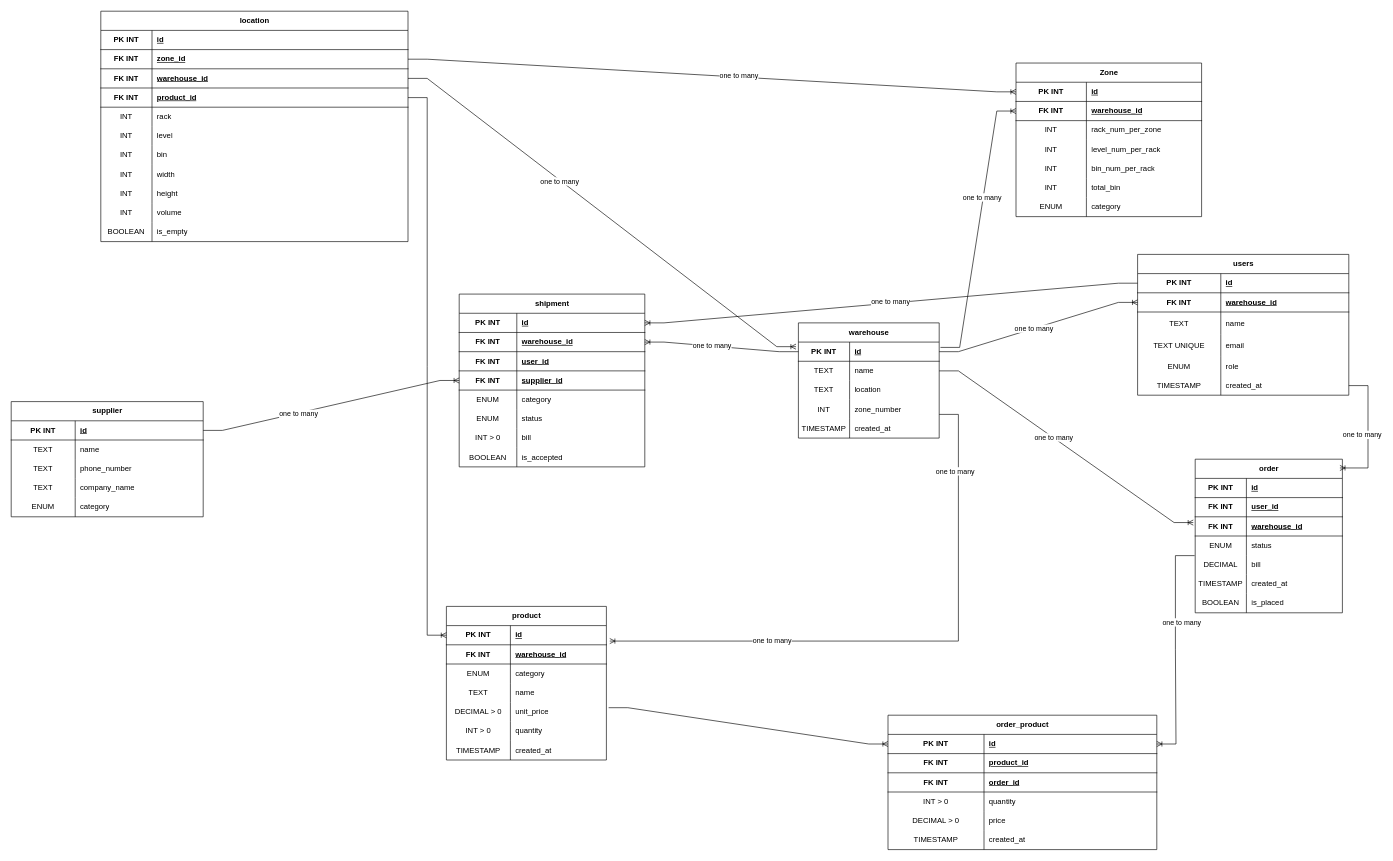
The draw.io diagram Untitled Diagram.drawio in Abdulrahman-Alkafri/git_course, before the edit. Source tidied: cells renumbered, new cells numbered last; positions are measured from the earlier drawing's top-left corner, leaving out a move shared by most shapes. Both pictures are drawn from the tidied source at 64%, with x=0, y=0 at pixel (11, 11).
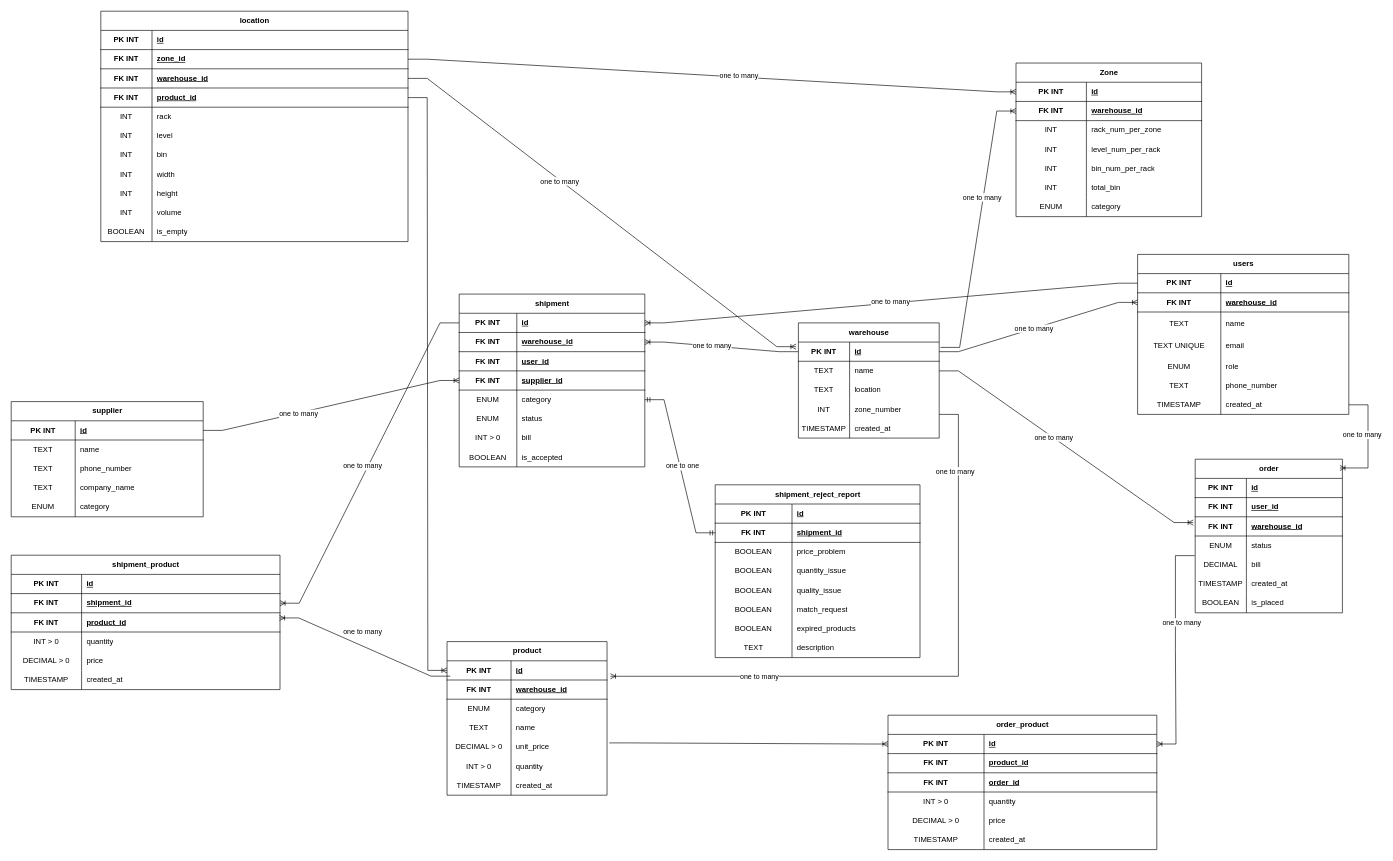
The same diagram, later.

The change refers to these unchanged cells:
```xml
<mxCell id="40" style="shape=tableRow;horizontal=0;startSize=0;swimlaneHead=0;swimlaneBody=0;fillColor=none;points=[[0,0.5],[1,0.5]];portConstraint=eastwest;top=0;left=0;right=0;bottom=1;" parent="39" vertex="1">
  <mxGeometry y="30" width="250" height="30" as="geometry" />
</mxCell>
<mxCell id="113" style="shape=tableRow;horizontal=0;startSize=0;swimlaneHead=0;swimlaneBody=0;fillColor=none;points=[[0,0.5],[1,0.5]];portConstraint=eastwest;top=0;left=0;right=0;bottom=1;" parent="112" vertex="1">
  <mxGeometry y="30" width="290" height="30" as="geometry" />
</mxCell>
<mxCell id="125" style="shape=tableRow;horizontal=0;startSize=0;swimlaneHead=0;swimlaneBody=0;fillColor=none;points=[[0,0.5],[1,0.5]];portConstraint=eastwest;top=0;left=0;right=0;bottom=0;" parent="112" vertex="1">
  <mxGeometry y="150" width="290" height="30" as="geometry" />
</mxCell>
```

Diff of the diagram source:
```diff
@@
     <mxCell id="2" value="users" style="shape=table;startSize=30;childLayout=tableLayout;rowLines=0;fontStyle=1;align=center;html=1;" parent="1" vertex="1">
-      <mxGeometry x="1760" y="380" width="330" height="220" as="geometry" />
+      <mxGeometry x="1760" y="380" width="330" height="250" as="geometry" />
     </mxCell>
@@
+    <mxCell id="223" style="shape=tableRow;horizontal=0;startSize=0;swimlaneHead=0;swimlaneBody=0;fillColor=none;top=0;left=0;right=0;bottom=0;" parent="2" vertex="1">
+      <mxGeometry y="190" width="330" height="30" as="geometry" />
+    </mxCell>
+    <mxCell id="224" value="TEXT" style="shape=partialRectangle;fillColor=none;top=0;left=0;bottom=0;right=0;overflow=hidden;whiteSpace=wrap;html=1;" parent="223" vertex="1">
+      <mxGeometry width="130" height="30" as="geometry" />
+    </mxCell>
+    <mxCell id="225" value="phone_number" style="shape=partialRectangle;fillColor=none;top=0;left=0;bottom=0;right=0;align=left;spacingLeft=6;overflow=hidden;whiteSpace=wrap;html=1;" parent="223" vertex="1">
+      <mxGeometry x="130" width="200" height="30" as="geometry" />
+    </mxCell>
     <mxCell id="18" style="shape=tableRow;horizontal=0;startSize=0;swimlaneHead=0;swimlaneBody=0;fillColor=none;points=[[0,0.5],[1,0.5]];portConstraint=eastwest;top=0;left=0;right=0;bottom=0;" parent="2" vertex="1">
-      <mxGeometry y="190" width="330" height="30" as="geometry" />
+      <mxGeometry y="220" width="330" height="30" as="geometry" />
     </mxCell>
@@
     <mxCell id="39" value="product" style="shape=table;startSize=30;childLayout=tableLayout;rowLines=0;fontStyle=1;align=center;html=1;" parent="1" vertex="1">
-      <mxGeometry x="680" y="930" width="250" height="240" as="geometry" />
+      <mxGeometry x="681" y="985" width="250" height="240" as="geometry" />
     </mxCell>
@@
     <mxCell id="111" value="one to many" style="edgeLabel;html=1;align=center;verticalAlign=middle;" parent="1" vertex="1">
-      <mxGeometry x="1180" y="984" as="geometry">
+      <mxGeometry x="1160" y="1041" as="geometry">
         <mxPoint x="8" y="-2" as="offset" />
       </mxGeometry>
     </mxCell>
@@
+    <mxCell id="226" value="shipment_product" style="shape=table;startSize=30;childLayout=tableLayout;rowLines=0;fontStyle=1;align=center;html=1;" parent="1" vertex="1">
+      <mxGeometry y="850" width="420" height="210" as="geometry" />
+    </mxCell>
+    <mxCell id="227" style="shape=tableRow;horizontal=0;startSize=0;swimlaneHead=0;swimlaneBody=0;fillColor=none;top=0;left=0;right=0;bottom=1;" parent="226" vertex="1">
+      <mxGeometry y="30" width="420" height="30" as="geometry" />
+    </mxCell>
+    <mxCell id="228" value="PK INT" style="shape=partialRectangle;fillColor=none;top=0;left=0;bottom=0;right=0;fontStyle=1;overflow=hidden;whiteSpace=wrap;html=1;" parent="227" vertex="1">
+      <mxGeometry width="110" height="30" as="geometry" />
+    </mxCell>
+    <mxCell id="229" value="id" style="shape=partialRectangle;fillColor=none;top=0;left=0;bottom=0;right=0;align=left;spacingLeft=6;fontStyle=5;overflow=hidden;whiteSpace=wrap;html=1;" parent="227" vertex="1">
+      <mxGeometry x="110" width="310" height="30" as="geometry" />
+    </mxCell>
+    <mxCell id="230" style="shape=tableRow;horizontal=0;startSize=0;swimlaneHead=0;swimlaneBody=0;fillColor=none;points=[[0,0.5],[1,0.5]];portConstraint=eastwest;top=0;left=0;right=0;bottom=1;" parent="226" vertex="1">
+      <mxGeometry y="60" width="420" height="30" as="geometry" />
+    </mxCell>
+    <mxCell id="231" value="FK INT" style="shape=partialRectangle;fillColor=none;top=0;left=0;bottom=0;right=0;fontStyle=1;overflow=hidden;whiteSpace=wrap;html=1;" parent="230" vertex="1">
+      <mxGeometry width="110" height="30" as="geometry" />
+    </mxCell>
+    <mxCell id="232" value="shipment_id" style="shape=partialRectangle;fillColor=none;top=0;left=0;bottom=0;right=0;align=left;spacingLeft=6;fontStyle=5;overflow=hidden;whiteSpace=wrap;html=1;" parent="230" vertex="1">
+      <mxGeometry x="110" width="310" height="30" as="geometry" />
+    </mxCell>
+    <mxCell id="233" style="shape=tableRow;horizontal=0;startSize=0;swimlaneHead=0;swimlaneBody=0;fillColor=none;points=[[0,0.5],[1,0.5]];portConstraint=eastwest;top=0;left=0;right=0;bottom=1;" parent="226" vertex="1">
+      <mxGeometry y="90" width="420" height="30" as="geometry" />
+    </mxCell>
+    <mxCell id="234" value="FK INT" style="shape=partialRectangle;fillColor=none;top=0;left=0;bottom=0;right=0;fontStyle=1;overflow=hidden;whiteSpace=wrap;html=1;" parent="233" vertex="1">
+      <mxGeometry width="110" height="30" as="geometry" />
+    </mxCell>
+    <mxCell id="235" value="product_id" style="shape=partialRectangle;fillColor=none;top=0;left=0;bottom=0;right=0;align=left;spacingLeft=6;fontStyle=5;overflow=hidden;whiteSpace=wrap;html=1;" parent="233" vertex="1">
+      <mxGeometry x="110" width="310" height="30" as="geometry" />
+    </mxCell>
+    <mxCell id="236" style="shape=tableRow;horizontal=0;startSize=0;swimlaneHead=0;swimlaneBody=0;fillColor=none;top=0;left=0;right=0;bottom=0;" parent="226" vertex="1">
+      <mxGeometry y="120" width="420" height="30" as="geometry" />
+    </mxCell>
+    <mxCell id="237" value="INT &amp;gt; 0" style="shape=partialRectangle;fillColor=none;top=0;left=0;bottom=0;right=0;overflow=hidden;whiteSpace=wrap;html=1;" parent="236" vertex="1">
+      <mxGeometry width="110" height="30" as="geometry" />
+    </mxCell>
+    <mxCell id="238" value="quantity" style="shape=partialRectangle;fillColor=none;top=0;left=0;bottom=0;right=0;align=left;spacingLeft=6;overflow=hidden;whiteSpace=wrap;html=1;" parent="236" vertex="1">
+      <mxGeometry x="110" width="310" height="30" as="geometry" />
+    </mxCell>
+    <mxCell id="239" style="shape=tableRow;horizontal=0;startSize=0;swimlaneHead=0;swimlaneBody=0;fillColor=none;top=0;left=0;right=0;bottom=0;" parent="226" vertex="1">
+      <mxGeometry y="150" width="420" height="30" as="geometry" />
+    </mxCell>
+    <mxCell id="240" value="DECIMAL &amp;gt; 0" style="shape=partialRectangle;fillColor=none;top=0;left=0;bottom=0;right=0;overflow=hidden;whiteSpace=wrap;html=1;" parent="239" vertex="1">
+      <mxGeometry width="110" height="30" as="geometry" />
+    </mxCell>
+    <mxCell id="241" value="price" style="shape=partialRectangle;fillColor=none;top=0;left=0;bottom=0;right=0;align=left;spacingLeft=6;overflow=hidden;whiteSpace=wrap;html=1;" parent="239" vertex="1">
+      <mxGeometry x="110" width="310" height="30" as="geometry" />
+    </mxCell>
+    <mxCell id="242" style="shape=tableRow;horizontal=0;startSize=0;swimlaneHead=0;swimlaneBody=0;fillColor=none;top=0;left=0;right=0;bottom=0;" parent="226" vertex="1">
+      <mxGeometry y="180" width="420" height="30" as="geometry" />
+    </mxCell>
+    <mxCell id="243" value="TIMESTAMP" style="shape=partialRectangle;fillColor=none;top=0;left=0;bottom=0;right=0;overflow=hidden;whiteSpace=wrap;html=1;" parent="242" vertex="1">
+      <mxGeometry width="110" height="30" as="geometry" />
+    </mxCell>
+    <mxCell id="244" value="created_at" style="shape=partialRectangle;fillColor=none;top=0;left=0;bottom=0;right=0;align=left;spacingLeft=6;overflow=hidden;whiteSpace=wrap;html=1;" parent="242" vertex="1">
+      <mxGeometry x="110" width="310" height="30" as="geometry" />
+    </mxCell>
+    <mxCell id="245" style="edgeStyle=entityRelationEdgeStyle;fontSize=12;html=1;endArrow=ERoneToMany;rounded=0;entryX=1;entryY=0.5;entryDx=0;entryDy=0;" parent="1" edge="1" source="113" target="230">
+      <mxGeometry relative="1" as="geometry" />
+    </mxCell>
+    <mxCell id="246" style="edgeStyle=entityRelationEdgeStyle;fontSize=12;html=1;endArrow=ERoneToMany;rounded=0;exitX=0.02;exitY=0.8;exitDx=0;exitDy=0;exitPerimeter=0;entryX=0.998;entryY=0.267;entryDx=0;entryDy=0;entryPerimeter=0;" parent="1" edge="1" source="40" target="233">
+      <mxGeometry relative="1" as="geometry" />
+    </mxCell>
+    <mxCell id="247" value="one to many" style="edgeLabel;html=1;align=center;verticalAlign=middle;" parent="1" vertex="1">
+      <mxGeometry x="540" y="970" as="geometry">
+        <mxPoint x="8" y="-2" as="offset" />
+      </mxGeometry>
+    </mxCell>
+    <mxCell id="248" value="one to many" style="edgeLabel;html=1;align=center;verticalAlign=middle;" parent="1" vertex="1">
+      <mxGeometry x="540" y="712" as="geometry">
+        <mxPoint x="8" y="-2" as="offset" />
+      </mxGeometry>
+    </mxCell>
+    <mxCell id="249" value="shipment_reject_report" style="shape=table;startSize=30;childLayout=tableLayout;rowLines=0;fontStyle=1;align=center;html=1;" parent="1" vertex="1">
+      <mxGeometry x="1100" y="740" width="320" height="270" as="geometry" />
+    </mxCell>
+    <mxCell id="250" style="shape=tableRow;horizontal=0;startSize=0;swimlaneHead=0;swimlaneBody=0;fillColor=none;top=0;left=0;right=0;bottom=1;" parent="249" vertex="1">
+      <mxGeometry y="30" width="320" height="30" as="geometry" />
+    </mxCell>
+    <mxCell id="251" value="PK INT" style="shape=partialRectangle;fillColor=none;top=0;left=0;bottom=0;right=0;fontStyle=1;overflow=hidden;whiteSpace=wrap;html=1;" parent="250" vertex="1">
+      <mxGeometry width="120" height="30" as="geometry" />
+    </mxCell>
+    <mxCell id="252" value="id" style="shape=partialRectangle;fillColor=none;top=0;left=0;bottom=0;right=0;align=left;spacingLeft=6;fontStyle=5;overflow=hidden;whiteSpace=wrap;html=1;" parent="250" vertex="1">
+      <mxGeometry x="120" width="200" height="30" as="geometry" />
+    </mxCell>
+    <mxCell id="253" style="shape=tableRow;horizontal=0;startSize=0;swimlaneHead=0;swimlaneBody=0;fillColor=none;points=[[0,0.5],[1,0.5]];portConstraint=eastwest;top=0;left=0;right=0;bottom=1;" parent="249" vertex="1">
+      <mxGeometry y="60" width="320" height="30" as="geometry" />
+    </mxCell>
+    <mxCell id="254" value="FK INT" style="shape=partialRectangle;fillColor=none;top=0;left=0;bottom=0;right=0;fontStyle=1;overflow=hidden;whiteSpace=wrap;html=1;" parent="253" vertex="1">
+      <mxGeometry width="120" height="30" as="geometry" />
+    </mxCell>
+    <mxCell id="255" value="shipment_id" style="shape=partialRectangle;fillColor=none;top=0;left=0;bottom=0;right=0;align=left;spacingLeft=6;fontStyle=5;overflow=hidden;whiteSpace=wrap;html=1;" parent="253" vertex="1">
+      <mxGeometry x="120" width="200" height="30" as="geometry" />
+    </mxCell>
+    <mxCell id="256" style="shape=tableRow;horizontal=0;startSize=0;swimlaneHead=0;swimlaneBody=0;fillColor=none;top=0;left=0;right=0;bottom=0;" parent="249" vertex="1">
+      <mxGeometry y="90" width="320" height="30" as="geometry" />
+    </mxCell>
+    <mxCell id="257" value="BOOLEAN" style="shape=partialRectangle;fillColor=none;top=0;left=0;bottom=0;right=0;overflow=hidden;whiteSpace=wrap;html=1;" parent="256" vertex="1">
+      <mxGeometry width="120" height="30" as="geometry" />
+    </mxCell>
+    <mxCell id="258" value="price_problem" style="shape=partialRectangle;fillColor=none;top=0;left=0;bottom=0;right=0;align=left;spacingLeft=6;overflow=hidden;whiteSpace=wrap;html=1;" parent="256" vertex="1">
+      <mxGeometry x="120" width="200" height="30" as="geometry" />
+    </mxCell>
+    <mxCell id="259" style="shape=tableRow;horizontal=0;startSize=0;swimlaneHead=0;swimlaneBody=0;fillColor=none;top=0;left=0;right=0;bottom=0;" parent="249" vertex="1">
+      <mxGeometry y="120" width="320" height="30" as="geometry" />
+    </mxCell>
+    <mxCell id="260" value="BOOLEAN" style="shape=partialRectangle;fillColor=none;top=0;left=0;bottom=0;right=0;overflow=hidden;whiteSpace=wrap;html=1;" parent="259" vertex="1">
+      <mxGeometry width="120" height="30" as="geometry" />
+    </mxCell>
+    <mxCell id="261" value="quantity_issue" style="shape=partialRectangle;fillColor=none;top=0;left=0;bottom=0;right=0;align=left;spacingLeft=6;overflow=hidden;whiteSpace=wrap;html=1;" parent="259" vertex="1">
+      <mxGeometry x="120" width="200" height="30" as="geometry" />
+    </mxCell>
+    <mxCell id="262" style="shape=tableRow;horizontal=0;startSize=0;swimlaneHead=0;swimlaneBody=0;fillColor=none;top=0;left=0;right=0;bottom=0;" parent="249" vertex="1">
+      <mxGeometry y="150" width="320" height="30" as="geometry" />
+    </mxCell>
+    <mxCell id="263" value="BOOLEAN" style="shape=partialRectangle;fillColor=none;top=0;left=0;bottom=0;right=0;overflow=hidden;whiteSpace=wrap;html=1;" parent="262" vertex="1">
+      <mxGeometry width="120" height="30" as="geometry" />
+    </mxCell>
+    <mxCell id="264" value="quality_issue" style="shape=partialRectangle;fillColor=none;top=0;left=0;bottom=0;right=0;align=left;spacingLeft=6;overflow=hidden;whiteSpace=wrap;html=1;" parent="262" vertex="1">
+      <mxGeometry x="120" width="200" height="30" as="geometry" />
+    </mxCell>
+    <mxCell id="265" style="shape=tableRow;horizontal=0;startSize=0;swimlaneHead=0;swimlaneBody=0;fillColor=none;top=0;left=0;right=0;bottom=0;" parent="249" vertex="1">
+      <mxGeometry y="180" width="320" height="30" as="geometry" />
+    </mxCell>
+    <mxCell id="266" value="BOOLEAN" style="shape=partialRectangle;fillColor=none;top=0;left=0;bottom=0;right=0;overflow=hidden;whiteSpace=wrap;html=1;" parent="265" vertex="1">
+      <mxGeometry width="120" height="30" as="geometry" />
+    </mxCell>
+    <mxCell id="267" value="match_request" style="shape=partialRectangle;fillColor=none;top=0;left=0;bottom=0;right=0;align=left;spacingLeft=6;overflow=hidden;whiteSpace=wrap;html=1;" parent="265" vertex="1">
+      <mxGeometry x="120" width="200" height="30" as="geometry" />
+    </mxCell>
+    <mxCell id="268" style="shape=tableRow;horizontal=0;startSize=0;swimlaneHead=0;swimlaneBody=0;fillColor=none;top=0;left=0;right=0;bottom=0;" parent="249" vertex="1">
+      <mxGeometry y="210" width="320" height="30" as="geometry" />
+    </mxCell>
+    <mxCell id="269" value="BOOLEAN" style="shape=partialRectangle;fillColor=none;top=0;left=0;bottom=0;right=0;overflow=hidden;whiteSpace=wrap;html=1;" parent="268" vertex="1">
+      <mxGeometry width="120" height="30" as="geometry" />
+    </mxCell>
+    <mxCell id="270" value="expired_products" style="shape=partialRectangle;fillColor=none;top=0;left=0;bottom=0;right=0;align=left;spacingLeft=6;overflow=hidden;whiteSpace=wrap;html=1;" parent="268" vertex="1">
+      <mxGeometry x="120" width="200" height="30" as="geometry" />
+    </mxCell>
+    <mxCell id="271" style="shape=tableRow;horizontal=0;startSize=0;swimlaneHead=0;swimlaneBody=0;fillColor=none;top=0;left=0;right=0;bottom=0;" parent="249" vertex="1">
+      <mxGeometry y="240" width="320" height="30" as="geometry" />
+    </mxCell>
+    <mxCell id="272" value="TEXT" style="shape=partialRectangle;fillColor=none;top=0;left=0;bottom=0;right=0;overflow=hidden;whiteSpace=wrap;html=1;" parent="271" vertex="1">
+      <mxGeometry width="120" height="30" as="geometry" />
+    </mxCell>
+    <mxCell id="273" value="description" style="shape=partialRectangle;fillColor=none;top=0;left=0;bottom=0;right=0;align=left;spacingLeft=6;overflow=hidden;whiteSpace=wrap;html=1;" parent="271" vertex="1">
+      <mxGeometry x="120" width="200" height="30" as="geometry" />
+    </mxCell>
+    <mxCell id="274" style="edgeStyle=entityRelationEdgeStyle;fontSize=12;html=1;endArrow=ERmandOne;startArrow=ERmandOne;rounded=0;entryX=0;entryY=0.5;entryDx=0;entryDy=0;exitX=1;exitY=0.5;exitDx=0;exitDy=0;" parent="1" edge="1" source="125" target="253">
+      <mxGeometry relative="1" as="geometry" />
+    </mxCell>
+    <mxCell id="275" value="one to one" style="edgeLabel;html=1;align=center;verticalAlign=middle;" parent="1" vertex="1">
+      <mxGeometry x="1040" y="712" as="geometry">
+        <mxPoint x="8" y="-2" as="offset" />
+      </mxGeometry>
+    </mxCell>
```
